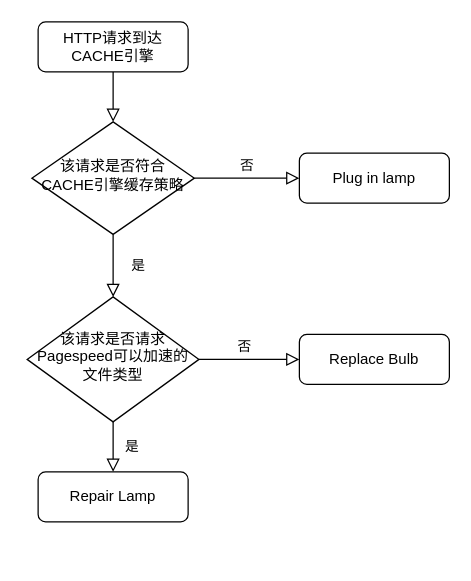
Earlier version of the draw.io diagram pagespeed.drawio (renhao1214/documents). Source tidied: cells renumbered, new cells numbered last; positions are measured from the earlier drawing's top-left corner, leaving out a move shared by most shapes. Both pictures are drawn from the tidied source at 125%, with x=0, y=0 at pixel (26, 21).
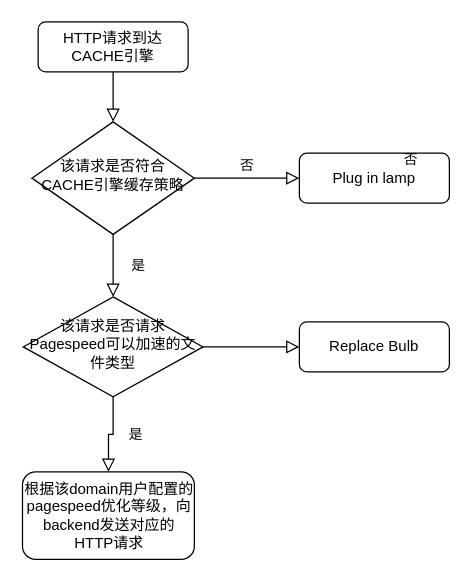
Above is the later version.

Diff of the diagram source:
```diff
@@
 <mxGraphModel>
   <root>
     <mxCell id="0" />
     <mxCell id="1" parent="0" />
     <mxCell id="2" style="rounded=0;html=1;jettySize=auto;fontSize=11;endArrow=block;endFill=0;endSize=8;strokeWidth=1;shadow=0;labelBackgroundColor=none;edgeStyle=orthogonalEdgeStyle;" parent="1" edge="1" source="3" target="6">
       <mxGeometry relative="1" as="geometry" />
     </mxCell>
     <mxCell id="3" value="HTTP请求到达CACHE引擎" style="rounded=1;whiteSpace=wrap;html=1;fontSize=12;glass=0;strokeWidth=1;shadow=0;" parent="1" vertex="1">
       <mxGeometry x="9" width="120" height="40" as="geometry" />
     </mxCell>
     <mxCell id="4" value="是" style="rounded=0;html=1;jettySize=auto;fontSize=11;endArrow=block;endFill=0;endSize=8;strokeWidth=1;shadow=0;labelBackgroundColor=none;edgeStyle=orthogonalEdgeStyle;" parent="1" edge="1" source="6" target="10">
       <mxGeometry y="20" relative="1" as="geometry" />
     </mxCell>
     <mxCell id="5" value="否" style="edgeStyle=orthogonalEdgeStyle;rounded=0;html=1;jettySize=auto;fontSize=11;endArrow=block;endFill=0;endSize=8;strokeWidth=1;shadow=0;labelBackgroundColor=none;" parent="1" edge="1" source="6" target="7">
       <mxGeometry y="10" relative="1" as="geometry" />
     </mxCell>
     <mxCell id="6" value="该请求是否符合CACHE引擎缓存策略" style="rhombus;whiteSpace=wrap;html=1;shadow=0;fontFamily=Helvetica;fontSize=12;align=center;strokeWidth=1;spacing=6;spacingTop=-4;" parent="1" vertex="1">
       <mxGeometry x="4" y="80" width="130" height="90" as="geometry" />
     </mxCell>
     <mxCell id="7" value="Plug in lamp" style="rounded=1;whiteSpace=wrap;html=1;fontSize=12;glass=0;strokeWidth=1;shadow=0;" parent="1" vertex="1">
       <mxGeometry x="218" y="105" width="120" height="40" as="geometry" />
     </mxCell>
     <mxCell id="8" value="否" style="rounded=0;html=1;jettySize=auto;fontSize=11;endArrow=block;endFill=0;endSize=8;strokeWidth=1;shadow=0;labelBackgroundColor=none;edgeStyle=orthogonalEdgeStyle;" parent="1" edge="1" source="10" target="11">
-      <mxGeometry y="-132" relative="1" as="geometry">
-        <mxPoint x="237" y="-80" as="offset" />
+      <mxGeometry y="-135" relative="1" as="geometry">
+        <mxPoint x="240" y="-85" as="offset" />
       </mxGeometry>
     </mxCell>
     <mxCell id="9" value="是" style="edgeStyle=orthogonalEdgeStyle;rounded=0;html=1;jettySize=auto;fontSize=11;endArrow=block;endFill=0;endSize=8;strokeWidth=1;shadow=0;labelBackgroundColor=none;" parent="1" edge="1" source="10" target="12">
       <mxGeometry x="-1" y="-88" relative="1" as="geometry">
         <mxPoint x="-54" y="-18" as="offset" />
       </mxGeometry>
     </mxCell>
     <mxCell id="10" value="该请求是否请求Pagespeed可以加速的文件类型" style="rhombus;whiteSpace=wrap;html=1;shadow=0;fontFamily=Helvetica;fontSize=12;align=center;strokeWidth=1;spacing=6;spacingTop=-4;" parent="1" vertex="1">
-      <mxGeometry x="0.2" y="220" width="137.5" height="100" as="geometry" />
+      <mxGeometry x="-2.9" y="220" width="143.8" height="80" as="geometry" />
     </mxCell>
-    <mxCell id="11" value="Repair Lamp" style="rounded=1;whiteSpace=wrap;html=1;fontSize=12;glass=0;strokeWidth=1;shadow=0;" parent="1" vertex="1">
-      <mxGeometry x="9" y="360" width="120" height="40" as="geometry" />
+    <mxCell id="11" value="根据该domain用户配置的pagespeed优化等级，向backend发送对应的HTTP请求" style="rounded=1;whiteSpace=wrap;html=1;fontSize=12;glass=0;strokeWidth=1;shadow=0;" parent="1" vertex="1">
+      <mxGeometry x="-3.5" y="360" width="137.5" height="70" as="geometry" />
     </mxCell>
     <mxCell id="12" value="Replace Bulb" style="rounded=1;whiteSpace=wrap;html=1;fontSize=12;glass=0;strokeWidth=1;shadow=0;" parent="1" vertex="1">
-      <mxGeometry x="218" y="250" width="120" height="40" as="geometry" />
+      <mxGeometry x="218" y="240" width="120" height="40" as="geometry" />
     </mxCell>
   </root>
 </mxGraphModel>
```
